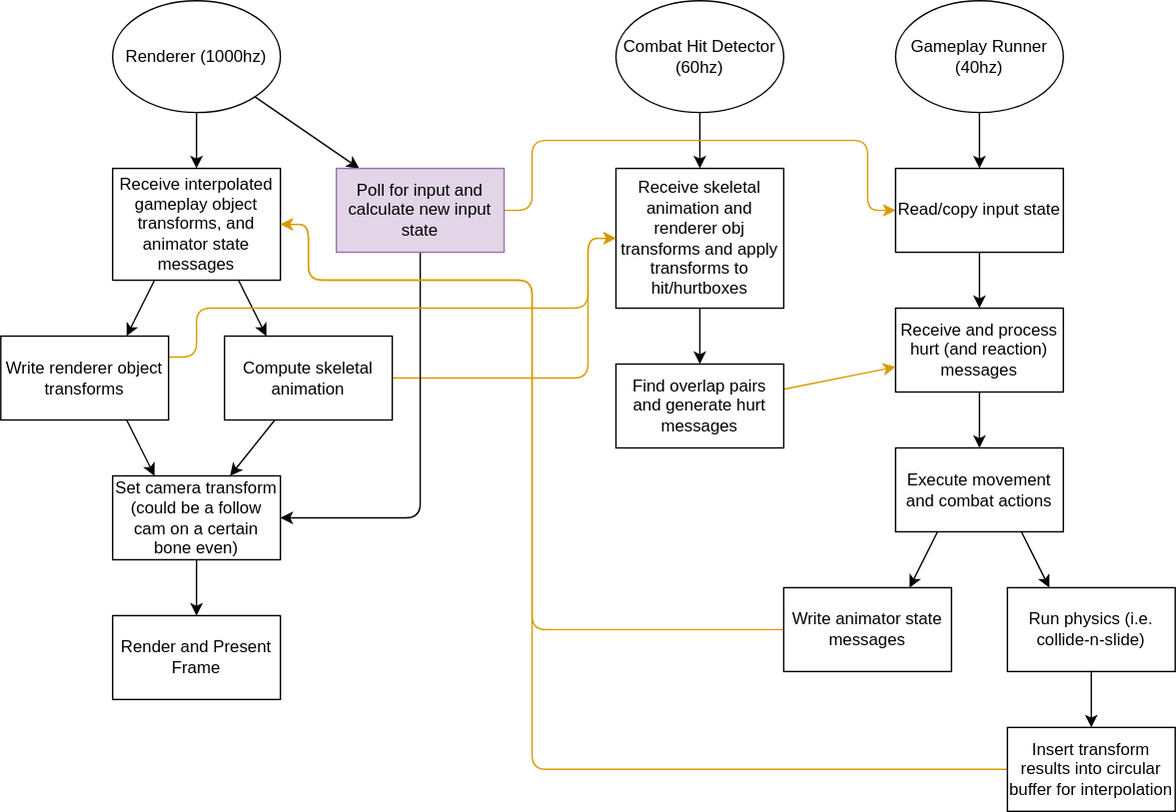
This is design/software_architecture_whole.drawio.svg from TimoGuy/soranin_game_a2, a draw.io export, as it was before one commit. Source tidied: cells renumbered, new cells last; positions are measured from the earlier drawing's top-left corner, leaving out a move shared by most shapes.
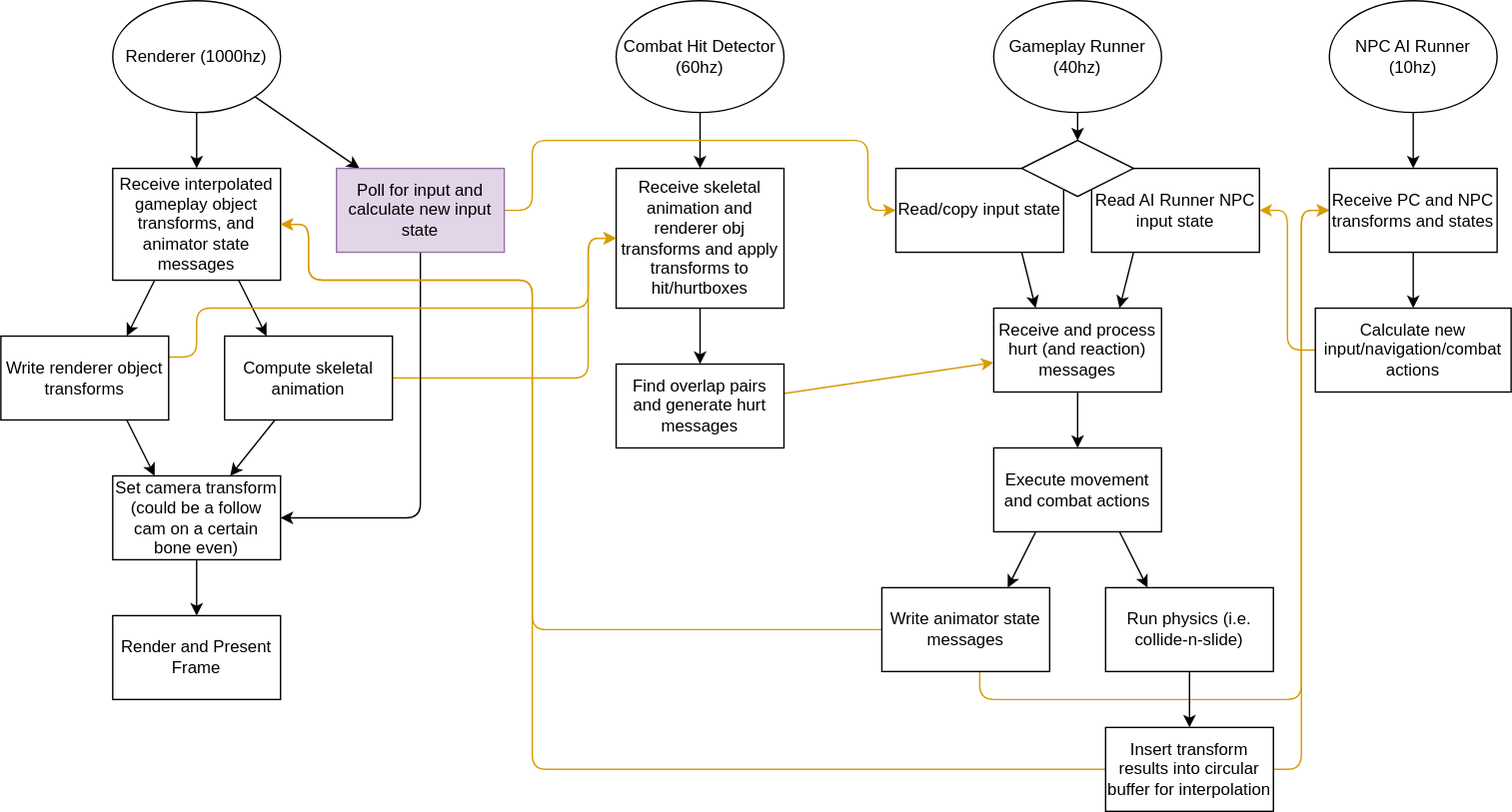
The same diagram one commit later.

Commit message:
Adds npc ai runner.

Diff of the diagram source:
```diff
@@ -11,11 +11,11 @@
     <mxCell id="4" value="Renderer (1000hz)" style="ellipse;whiteSpace=wrap;html=1;" parent="1" vertex="1">
       <mxGeometry x="80" width="120" height="80" as="geometry" />
     </mxCell>
-    <mxCell id="5" style="edgeStyle=none;html=1;" parent="1" edge="1" source="6" target="34">
-      <mxGeometry relative="1" as="geometry" />
-    </mxCell>
+    <mxCell id="41" style="edgeStyle=none;html=1;exitX=0.5;exitY=1;exitDx=0;exitDy=0;entryX=0.5;entryY=0;entryDx=0;entryDy=0;" parent="1" edge="1" source="6" target="52">
+      <mxGeometry relative="1" as="geometry" />
+    </mxCell>
     <mxCell id="6" value="Gameplay Runner&lt;span style=&quot;background-color: transparent;&quot;&gt;&amp;nbsp;(40hz)&lt;/span&gt;" style="ellipse;whiteSpace=wrap;html=1;" parent="1" vertex="1">
-      <mxGeometry x="640" width="120" height="80" as="geometry" />
+      <mxGeometry x="710" width="120" height="80" as="geometry" />
     </mxCell>
     <mxCell id="7" style="edgeStyle=none;html=1;" parent="1" edge="1" source="8" target="13">
       <mxGeometry relative="1" as="geometry" />
@@ -50,7 +50,7 @@
       <mxGeometry relative="1" as="geometry" />
     </mxCell>
     <mxCell id="16" value="Receive and process hurt (and reaction) messages" style="rounded=0;whiteSpace=wrap;html=1;" parent="1" vertex="1">
-      <mxGeometry x="640" y="220" width="120" height="60" as="geometry" />
+      <mxGeometry x="710" y="220" width="120" height="60" as="geometry" />
     </mxCell>
     <mxCell id="17" style="edgeStyle=none;html=1;fillColor=#ffe6cc;strokeColor=#d79b00;" parent="1" edge="1" source="18" target="16">
       <mxGeometry relative="1" as="geometry" />
@@ -65,7 +65,7 @@
       <mxGeometry relative="1" as="geometry" />
     </mxCell>
     <mxCell id="21" value="Execute movement and combat actions" style="rounded=0;whiteSpace=wrap;html=1;" parent="1" vertex="1">
-      <mxGeometry x="640" y="320" width="120" height="60" as="geometry" />
+      <mxGeometry x="710" y="320" width="120" height="60" as="geometry" />
     </mxCell>
     <mxCell id="22" style="edgeStyle=orthogonalEdgeStyle;html=1;exitX=0.5;exitY=1;exitDx=0;exitDy=0;entryX=1;entryY=0.5;entryDx=0;entryDy=0;" parent="1" edge="1" source="24" target="29">
       <mxGeometry relative="1" as="geometry" />
@@ -114,7 +114,7 @@
     <mxCell id="32" value="Write renderer object transforms" style="rounded=0;whiteSpace=wrap;html=1;" parent="1" vertex="1">
       <mxGeometry y="240" width="120" height="60" as="geometry" />
     </mxCell>
-    <mxCell id="33" style="edgeStyle=none;html=1;" parent="1" edge="1" source="34" target="16">
+    <mxCell id="33" style="edgeStyle=none;html=1;exitX=0.75;exitY=1;exitDx=0;exitDy=0;entryX=0.25;entryY=0;entryDx=0;entryDy=0;" parent="1" edge="1" source="34" target="16">
       <mxGeometry relative="1" as="geometry" />
     </mxCell>
     <mxCell id="34" value="Read/copy input state" style="rounded=0;whiteSpace=wrap;html=1;" parent="1" vertex="1">
@@ -130,14 +130,24 @@
         </Array>
       </mxGeometry>
     </mxCell>
+    <mxCell id="42" style="edgeStyle=orthogonalEdgeStyle;html=1;exitX=1;exitY=0.5;exitDx=0;exitDy=0;entryX=0;entryY=0.5;entryDx=0;entryDy=0;fillColor=#ffe6cc;strokeColor=#d79b00;" parent="1" edge="1" source="36" target="47">
+      <mxGeometry relative="1" as="geometry">
+        <Array as="points">
+          <mxPoint x="700" y="450" />
+          <mxPoint x="700" y="500" />
+          <mxPoint x="930" y="500" />
+          <mxPoint x="930" y="150" />
+        </Array>
+      </mxGeometry>
+    </mxCell>
     <mxCell id="36" value="Write animator state messages" style="rounded=0;whiteSpace=wrap;html=1;" parent="1" vertex="1">
-      <mxGeometry x="560" y="420" width="120" height="60" as="geometry" />
+      <mxGeometry x="630" y="420" width="120" height="60" as="geometry" />
     </mxCell>
     <mxCell id="37" style="edgeStyle=none;html=1;" parent="1" edge="1" source="38" target="40">
       <mxGeometry relative="1" as="geometry" />
     </mxCell>
     <mxCell id="38" value="Run physics (i.e. collide-n-slide)" style="rounded=0;whiteSpace=wrap;html=1;" parent="1" vertex="1">
-      <mxGeometry x="720" y="420" width="120" height="60" as="geometry" />
+      <mxGeometry x="790" y="420" width="120" height="60" as="geometry" />
     </mxCell>
     <mxCell id="39" style="edgeStyle=orthogonalEdgeStyle;html=1;exitX=0;exitY=0.5;exitDx=0;exitDy=0;entryX=1;entryY=0.5;entryDx=0;entryDy=0;fillColor=#ffe6cc;strokeColor=#d79b00;" parent="1" edge="1" source="40" target="27">
       <mxGeometry relative="1" as="geometry">
@@ -149,8 +159,43 @@
         </Array>
       </mxGeometry>
     </mxCell>
+    <mxCell id="43" style="edgeStyle=orthogonalEdgeStyle;html=1;exitX=1;exitY=0.5;exitDx=0;exitDy=0;entryX=0;entryY=0.5;entryDx=0;entryDy=0;fillColor=#ffe6cc;strokeColor=#d79b00;" parent="1" edge="1" source="40" target="47">
+      <mxGeometry relative="1" as="geometry">
+        <Array as="points">
+          <mxPoint x="930" y="550" />
+          <mxPoint x="930" y="150" />
+        </Array>
+      </mxGeometry>
+    </mxCell>
     <mxCell id="40" value="Insert transform results into circular buffer for interpolation" style="rounded=0;whiteSpace=wrap;html=1;" parent="1" vertex="1">
-      <mxGeometry x="720" y="520" width="120" height="60" as="geometry" />
+      <mxGeometry x="790" y="520" width="120" height="60" as="geometry" />
     </mxCell>
+    <mxCell id="44" style="edgeStyle=none;html=1;" parent="1" edge="1" source="45" target="47">
+      <mxGeometry relative="1" as="geometry" />
+    </mxCell>
+    <mxCell id="45" value="NPC AI Runner (10hz)" style="ellipse;whiteSpace=wrap;html=1;" parent="1" vertex="1">
+      <mxGeometry x="950" width="120" height="80" as="geometry" />
+    </mxCell>
+    <mxCell id="46" style="edgeStyle=none;html=1;" parent="1" edge="1" source="47" target="49">
+      <mxGeometry relative="1" as="geometry" />
+    </mxCell>
+    <mxCell id="47" value="Receive PC and NPC transforms and states" style="rounded=0;whiteSpace=wrap;html=1;" parent="1" vertex="1">
+      <mxGeometry x="950" y="120" width="120" height="60" as="geometry" />
+    </mxCell>
+    <mxCell id="48" style="edgeStyle=orthogonalEdgeStyle;html=1;exitX=0;exitY=0.5;exitDx=0;exitDy=0;entryX=1;entryY=0.5;entryDx=0;entryDy=0;fillColor=#ffe6cc;strokeColor=#d79b00;" parent="1" edge="1" source="49" target="51">
+      <mxGeometry relative="1" as="geometry" />
+    </mxCell>
+    <mxCell id="49" value="Calculate new input/navigation/combat actions" style="rounded=0;whiteSpace=wrap;html=1;" parent="1" vertex="1">
+      <mxGeometry x="940" y="220" width="140" height="60" as="geometry" />
+    </mxCell>
+    <mxCell id="50" style="edgeStyle=none;html=1;exitX=0.25;exitY=1;exitDx=0;exitDy=0;entryX=0.75;entryY=0;entryDx=0;entryDy=0;" parent="1" edge="1" source="51" target="16">
+      <mxGeometry relative="1" as="geometry" />
+    </mxCell>
+    <mxCell id="51" value="Read AI Runner NPC input state" style="rounded=0;whiteSpace=wrap;html=1;" parent="1" vertex="1">
+      <mxGeometry x="780" y="120" width="120" height="60" as="geometry" />
+    </mxCell>
+    <mxCell id="52" style="rhombus;whiteSpace=wrap;html=1;" parent="1" vertex="1">
+      <mxGeometry x="730" y="100" width="80" height="40" as="geometry" />
+    </mxCell>
   </root>
 </mxGraphModel>
```
